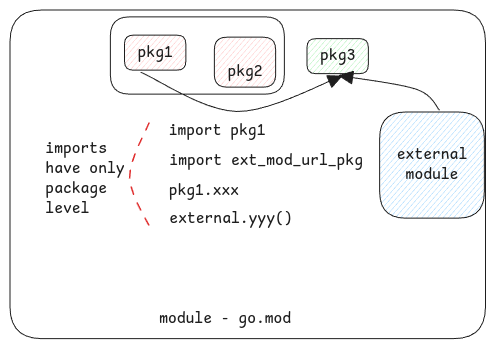
swaroopar/inprogress-engineer keeps this Excalidraw diagram as static/img/go-module-structure.excalidraw.png. Above is the earlier version. Source tidied: one line per element, renumbered; positions are measured from the earlier drawing's top-left corner, leaving out a move shared by most shapes.
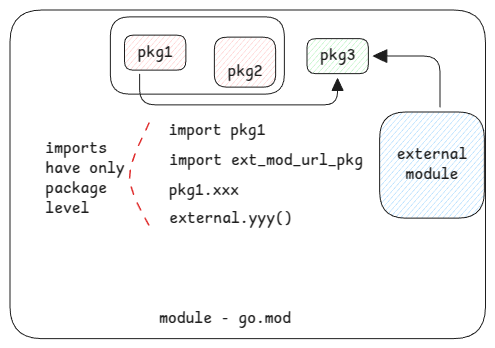
After the change.

Diff of the diagram source:
```diff
@@ -6,10 +6,10 @@
 {"id": 5, "type": "text", "text": "\npkg2", "strokeColor": "#1e1e1e", "strokeWidth": 2, "roughness": 1, "fontSize": 16, "fontFamily": 8, "textAlign": "center", "verticalAlign": "middle", "inside": 4, "x": 217, "y": 32, "width": 35, "height": 40}
 {"id": 6, "type": "rectangle", "strokeColor": "#1e1e1e", "backgroundColor": "#b2f2bb", "fillStyle": "hachure", "strokeWidth": 1, "roughness": 0, "round": true, "x": 297, "y": 29, "width": 61, "height": 35}
 {"id": 7, "type": "text", "text": "pkg3", "strokeColor": "#1e1e1e", "strokeWidth": 2, "roughness": 1, "fontSize": 16, "fontFamily": 8, "textAlign": "center", "verticalAlign": "middle", "inside": 6, "x": 310, "y": 36, "width": 35, "height": 20}
-{"id": 8, "type": "arrow", "strokeColor": "#1e1e1e", "strokeWidth": 1, "roughness": 0, "endArrowhead": "triangle", "round": true, "from": 2, "to": 6, "x": 131, "y": 62, "width": 201, "height": 39, "points": [[0, 0], [96, 39], [201, 4]]}
+{"id": 8, "type": "arrow", "strokeColor": "#1e1e1e", "strokeWidth": 1, "roughness": 0, "endArrowhead": "triangle", "from": 2, "to": 6, "x": 130, "y": 64, "width": 198, "height": 31, "points": [[0, 0], [0, 31], [198, 31], [198, 4]]}
 {"id": 9, "type": "rectangle", "strokeColor": "#1e1e1e", "backgroundColor": "#a5d8ff", "fillStyle": "hachure", "strokeWidth": 1, "roughness": 0, "round": true, "x": 370, "y": 102, "width": 105, "height": 106}
 {"id": 10, "type": "text", "text": "external\nmodule", "strokeColor": "#1e1e1e", "strokeWidth": 2, "roughness": 1, "fontSize": 16, "fontFamily": 8, "textAlign": "center", "verticalAlign": "middle", "inside": 9, "x": 387, "y": 135, "width": 70, "height": 40}
-{"id": 11, "type": "arrow", "strokeColor": "#1e1e1e", "strokeWidth": 1, "roughness": 0, "endArrowhead": "triangle", "round": true, "from": 9, "to": 6, "x": 430, "y": 100, "width": 100, "height": 35, "points": [[0, 0], [-23, -21], [-100, -35]]}
+{"id": 11, "type": "arrow", "strokeColor": "#1e1e1e", "strokeWidth": 1, "roughness": 0, "endArrowhead": "triangle", "from": 9, "to": 6, "x": 430, "y": 97, "width": 67, "height": 51, "points": [[0, 0], [0, -51], [-67, -51]]}
 {"id": 12, "type": "text", "text": "import pkg1", "strokeColor": "#1e1e1e", "strokeWidth": 1, "roughness": 0, "fontSize": 16, "fontFamily": 8, "x": 159, "y": 111, "width": 97, "height": 20}
 {"id": 13, "type": "text", "text": "import ext_mod_url_pkg", "strokeColor": "#1e1e1e", "strokeWidth": 1, "roughness": 0, "fontSize": 16, "fontFamily": 8, "x": 159, "y": 141, "width": 194, "height": 20}
 {"id": 14, "type": "text", "text": "pkg1.xxx", "strokeColor": "#1e1e1e", "strokeWidth": 1, "roughness": 0, "fontSize": 16, "fontFamily": 8, "x": 159, "y": 171, "width": 70, "height": 20}
```
